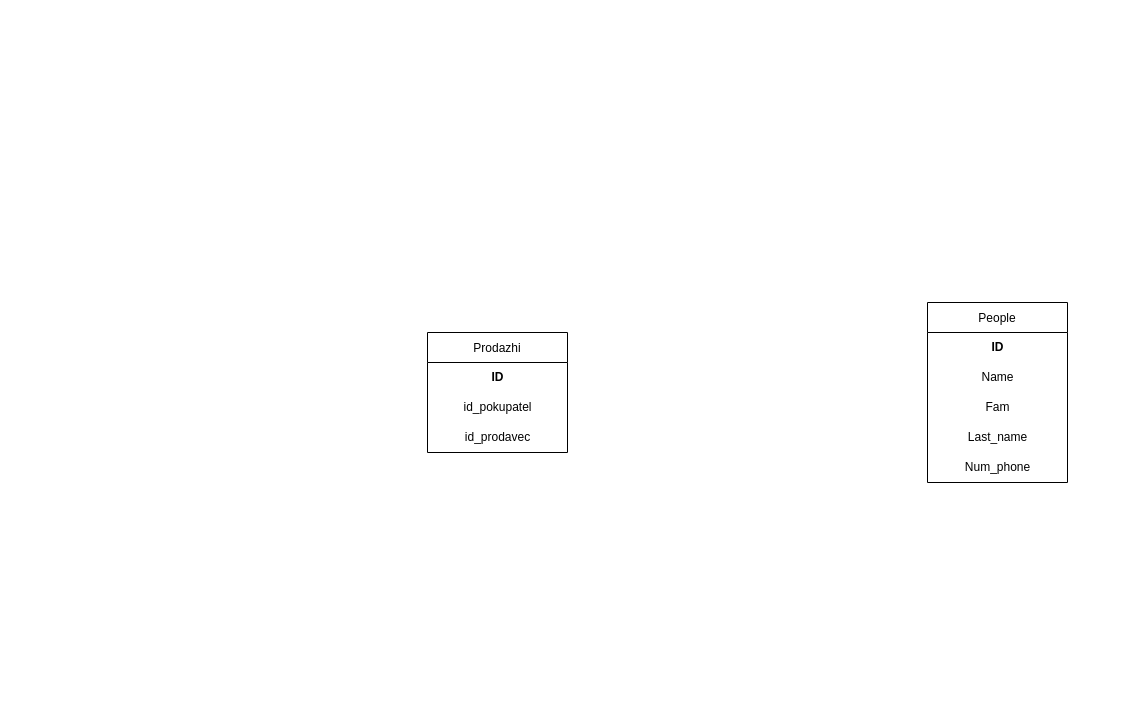
Earlier version of the draw.io diagram Диаграмма без названия.drawio (OGdanik/db_diagrams). Source tidied: cells renumbered, new cells numbered last; positions are measured from the earlier drawing's top-left corner, leaving out a move shared by most shapes. Both pictures are drawn from the tidied source at 100%, with x=0, y=0 at pixel (427, 302).
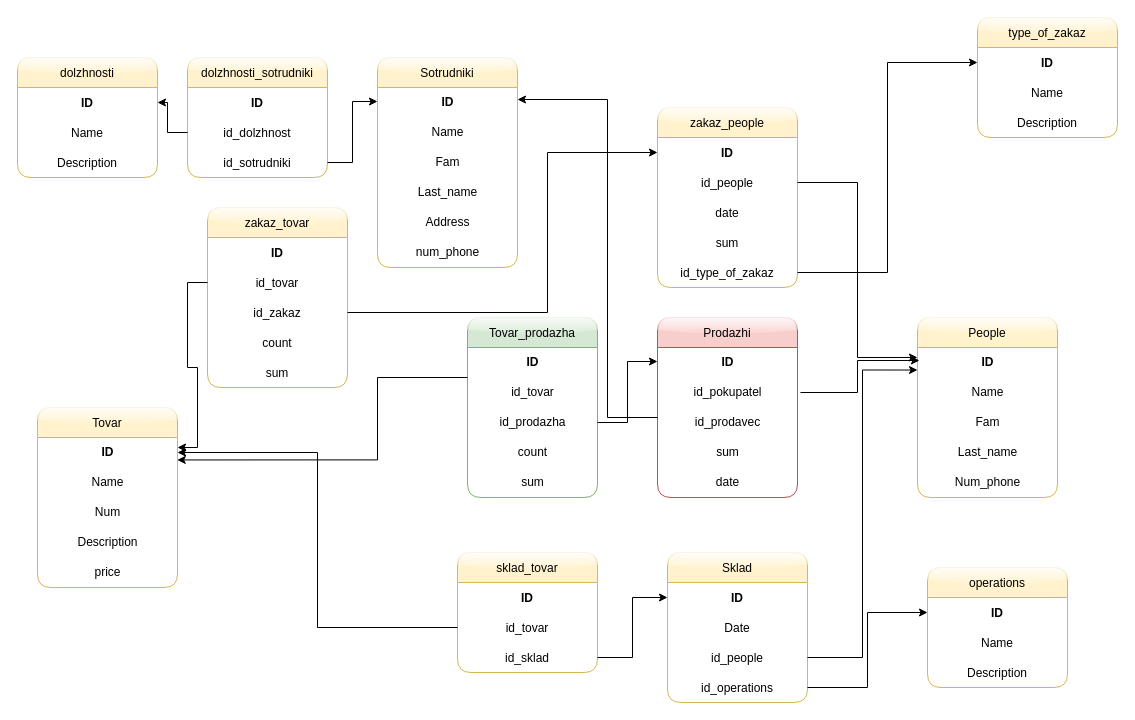
Above is the later version.

Unchanged cells that the change refers to:
```xml
<mxCell id="3" value="&lt;div align=&quot;center&quot;&gt;&lt;b&gt;ID&lt;/b&gt;&lt;/div&gt;" style="text;html=1;align=center;verticalAlign=middle;points=[];strokeColor=none;fillColor=none;" parent="2" vertex="1">
  <mxGeometry y="30" width="140" height="30" as="geometry" />
</mxCell>
<mxCell id="9" value="&lt;div align=&quot;center&quot;&gt;&lt;b&gt;ID&lt;/b&gt;&lt;/div&gt;" style="text;html=1;align=center;verticalAlign=middle;points=[];strokeColor=none;fillColor=none;" parent="8" vertex="1">
  <mxGeometry y="30" width="140" height="30" as="geometry" />
</mxCell>
<mxCell id="10" value="id_pokupatel" style="text;html=1;align=center;verticalAlign=middle;points=[];strokeColor=none;fillColor=none;" parent="8" vertex="1">
  <mxGeometry y="60" width="140" height="30" as="geometry" />
</mxCell>
<mxCell id="11" value="id_prodavec" style="text;html=1;align=center;verticalAlign=middle;points=[];strokeColor=none;fillColor=none;" parent="8" vertex="1">
  <mxGeometry y="90" width="140" height="30" as="geometry" />
</mxCell>
```

The edit, as a diff of the source:
```diff
@@
-    <mxCell id="2" value="People" style="swimlane;fontStyle=0;horizontal=1;startSize=30;" parent="1" vertex="1">
-      <mxGeometry x="500" width="140" height="180" as="geometry" />
+    <mxCell id="2" value="People" style="swimlane;fontStyle=0;horizontal=1;startSize=30;fillColor=#fff2cc;strokeColor=#d6b656;swimlaneFillColor=default;perimeterSpacing=1;rounded=1;shadow=0;sketch=0;glass=1;swimlaneLine=1;" parent="1" vertex="1">
+      <mxGeometry x="490" y="15" width="140" height="180" as="geometry" />
     </mxCell>
@@
+    <mxCell id="12" style="edgeStyle=orthogonalEdgeStyle;rounded=0;jettySize=auto;html=1;exitX=1.021;exitY=0.5;exitDx=0;exitDy=0;entryX=0.014;entryY=0.433;entryDx=0;entryDy=0;entryPerimeter=0;exitPerimeter=0;" parent="1" edge="1" source="10" target="3">
+      <mxGeometry relative="1" as="geometry" />
+    </mxCell>
-    <mxCell id="8" value="Prodazhi" style="swimlane;fontStyle=0;horizontal=1;startSize=30;" parent="1" vertex="1">
-      <mxGeometry y="30" width="140" height="120" as="geometry" />
+    <mxCell id="8" value="Prodazhi" style="swimlane;fontStyle=0;horizontal=1;startSize=30;fillColor=#f8cecc;strokeColor=#b85450;swimlaneFillColor=default;rounded=1;shadow=0;sketch=0;glass=1;" parent="1" vertex="1">
+      <mxGeometry x="230" y="15" width="140" height="180" as="geometry" />
     </mxCell>
@@
+    <mxCell id="13" value="sum" style="text;html=1;align=center;verticalAlign=middle;strokeColor=none;fillColor=none;" parent="8" vertex="1">
+      <mxGeometry y="120" width="140" height="30" as="geometry" />
+    </mxCell>
+    <mxCell id="14" value="date" style="text;html=1;align=center;verticalAlign=middle;strokeColor=none;fillColor=none;" parent="8" vertex="1">
+      <mxGeometry y="150" width="140" height="30" as="geometry" />
+    </mxCell>
+    <mxCell id="15" value="Tovar_prodazha" style="swimlane;fontStyle=0;horizontal=1;startSize=30;fillColor=#d5e8d4;strokeColor=#82b366;swimlaneFillColor=default;rounded=1;shadow=0;sketch=0;glass=1;" parent="1" vertex="1">
+      <mxGeometry x="40" y="15" width="130" height="180" as="geometry" />
+    </mxCell>
+    <mxCell id="16" value="&lt;div align=&quot;center&quot;&gt;&lt;b&gt;ID&lt;/b&gt;&lt;/div&gt;" style="text;html=1;align=center;verticalAlign=middle;strokeColor=none;fillColor=none;" parent="15" vertex="1">
+      <mxGeometry y="30" width="130" height="30" as="geometry" />
+    </mxCell>
+    <mxCell id="17" value="id_tovar" style="text;html=1;align=center;verticalAlign=middle;points=[];strokeColor=none;fillColor=none;" parent="15" vertex="1">
+      <mxGeometry y="60" width="130" height="30" as="geometry" />
+    </mxCell>
+    <mxCell id="18" value="id_prodazha" style="text;html=1;align=center;verticalAlign=middle;points=[];strokeColor=none;fillColor=none;" parent="15" vertex="1">
+      <mxGeometry y="90" width="130" height="30" as="geometry" />
+    </mxCell>
+    <mxCell id="19" value="count" style="text;html=1;align=center;verticalAlign=middle;strokeColor=none;fillColor=none;" parent="15" vertex="1">
+      <mxGeometry y="120" width="130" height="30" as="geometry" />
+    </mxCell>
+    <mxCell id="20" value="sum" style="text;html=1;align=center;verticalAlign=middle;strokeColor=none;fillColor=none;" parent="15" vertex="1">
+      <mxGeometry y="150" width="130" height="30" as="geometry" />
+    </mxCell>
+    <mxCell id="21" value="Tovar" style="swimlane;fontStyle=0;horizontal=1;startSize=30;fillColor=#fff2cc;strokeColor=#d6b656;swimlaneFillColor=default;rounded=1;shadow=0;sketch=0;glass=1;" parent="1" vertex="1">
+      <mxGeometry x="-390" y="105" width="140" height="180" as="geometry" />
+    </mxCell>
+    <mxCell id="22" value="&lt;div align=&quot;center&quot;&gt;&lt;b&gt;ID&lt;/b&gt;&lt;/div&gt;" style="text;html=1;align=center;verticalAlign=middle;points=[];strokeColor=none;fillColor=none;" parent="21" vertex="1">
+      <mxGeometry y="30" width="140" height="30" as="geometry" />
+    </mxCell>
+    <mxCell id="23" value="Name" style="text;html=1;align=center;verticalAlign=middle;strokeColor=none;fillColor=none;" parent="21" vertex="1">
+      <mxGeometry y="60" width="140" height="30" as="geometry" />
+    </mxCell>
+    <mxCell id="24" value="Num" style="text;html=1;align=center;verticalAlign=middle;strokeColor=none;fillColor=none;" parent="21" vertex="1">
+      <mxGeometry y="90" width="140" height="30" as="geometry" />
+    </mxCell>
+    <mxCell id="25" value="Description" style="text;html=1;align=center;verticalAlign=middle;strokeColor=none;fillColor=none;" parent="21" vertex="1">
+      <mxGeometry y="120" width="140" height="30" as="geometry" />
+    </mxCell>
+    <mxCell id="26" value="price" style="text;html=1;align=center;verticalAlign=middle;strokeColor=none;fillColor=none;" parent="21" vertex="1">
+      <mxGeometry y="150" width="140" height="30" as="geometry" />
+    </mxCell>
+    <mxCell id="27" style="edgeStyle=orthogonalEdgeStyle;rounded=0;jettySize=auto;html=1;entryX=0;entryY=0.467;entryDx=0;entryDy=0;entryPerimeter=0;" parent="1" edge="1" source="18" target="9">
+      <mxGeometry relative="1" as="geometry" />
+    </mxCell>
+    <mxCell id="28" value="Sotrudniki" style="swimlane;fontStyle=0;horizontal=1;startSize=30;fillColor=#fff2cc;strokeColor=#d6b656;gradientColor=none;swimlaneFillColor=default;rounded=1;shadow=0;sketch=0;glass=1;" parent="1" vertex="1">
+      <mxGeometry x="-50" y="-245" width="140" height="210" as="geometry" />
+    </mxCell>
+    <mxCell id="29" value="&lt;div align=&quot;center&quot;&gt;&lt;b&gt;ID&lt;/b&gt;&lt;/div&gt;" style="text;html=1;align=center;verticalAlign=middle;points=[];strokeColor=none;fillColor=none;" parent="28" vertex="1">
+      <mxGeometry y="30" width="140" height="30" as="geometry" />
+    </mxCell>
+    <mxCell id="30" value="Name" style="text;html=1;align=center;verticalAlign=middle;strokeColor=none;fillColor=none;" parent="28" vertex="1">
+      <mxGeometry y="60" width="140" height="30" as="geometry" />
+    </mxCell>
+    <mxCell id="31" value="Fam" style="text;html=1;align=center;verticalAlign=middle;strokeColor=none;fillColor=none;" parent="28" vertex="1">
+      <mxGeometry y="90" width="140" height="30" as="geometry" />
+    </mxCell>
+    <mxCell id="32" value="Last_name" style="text;html=1;align=center;verticalAlign=middle;strokeColor=none;fillColor=none;" parent="28" vertex="1">
+      <mxGeometry y="120" width="140" height="30" as="geometry" />
+    </mxCell>
+    <mxCell id="33" value="Address" style="text;html=1;align=center;verticalAlign=middle;strokeColor=none;fillColor=none;" parent="28" vertex="1">
+      <mxGeometry y="150" width="140" height="30" as="geometry" />
+    </mxCell>
+    <mxCell id="34" value="num_phone" style="text;html=1;align=center;verticalAlign=middle;strokeColor=none;fillColor=none;" parent="28" vertex="1">
+      <mxGeometry y="180" width="140" height="30" as="geometry" />
+    </mxCell>
+    <mxCell id="35" style="edgeStyle=orthogonalEdgeStyle;rounded=0;jettySize=auto;html=1;entryX=1;entryY=0.4;entryDx=0;entryDy=0;entryPerimeter=0;" parent="1" edge="1" source="11" target="29">
+      <mxGeometry relative="1" as="geometry">
+        <Array as="points">
+          <mxPoint x="180" y="115" />
+          <mxPoint x="180" y="-203" />
+        </Array>
+      </mxGeometry>
+    </mxCell>
+    <mxCell id="36" value="dolzhnosti" style="swimlane;fontStyle=0;horizontal=1;startSize=30;rounded=1;shadow=0;glass=1;sketch=0;gradientColor=none;fillColor=#fff2cc;strokeColor=#d6b656;swimlaneFillColor=default;" parent="1" vertex="1">
+      <mxGeometry x="-410" y="-245" width="140" height="120" as="geometry" />
+    </mxCell>
+    <mxCell id="37" value="ID" style="text;strokeColor=none;fillColor=none;align=center;verticalAlign=middle;spacingLeft=4;spacingRight=4;overflow=hidden;points=[[0,0.5],[1,0.5]];portConstraint=eastwest;rounded=1;shadow=0;glass=1;sketch=0;fontStyle=1;" parent="36" vertex="1">
+      <mxGeometry y="30" width="140" height="30" as="geometry" />
+    </mxCell>
+    <mxCell id="38" value="Name" style="text;strokeColor=none;fillColor=none;align=center;verticalAlign=middle;spacingLeft=4;spacingRight=4;overflow=hidden;rounded=1;shadow=0;glass=1;sketch=0;fontStyle=0;" parent="36" vertex="1">
+      <mxGeometry y="60" width="140" height="30" as="geometry" />
+    </mxCell>
+    <mxCell id="39" value="Description" style="text;strokeColor=none;fillColor=none;align=center;verticalAlign=middle;spacingLeft=4;spacingRight=4;overflow=hidden;rounded=1;shadow=0;glass=1;sketch=0;fontStyle=0;" parent="36" vertex="1">
+      <mxGeometry y="90" width="140" height="30" as="geometry" />
+    </mxCell>
+    <mxCell id="40" value="dolzhnosti_sotrudniki" style="swimlane;fontStyle=0;horizontal=1;startSize=30;rounded=1;shadow=0;glass=1;sketch=0;gradientColor=none;fillColor=#fff2cc;strokeColor=#d6b656;swimlaneFillColor=default;" parent="1" vertex="1">
+      <mxGeometry x="-240" y="-245" width="140" height="120" as="geometry" />
+    </mxCell>
+    <mxCell id="41" value="ID" style="text;strokeColor=none;fillColor=none;align=center;verticalAlign=middle;spacingLeft=4;spacingRight=4;overflow=hidden;rounded=1;shadow=0;glass=1;sketch=0;fontStyle=1;" parent="40" vertex="1">
+      <mxGeometry y="30" width="140" height="30" as="geometry" />
+    </mxCell>
+    <mxCell id="42" value="id_dolzhnost" style="text;strokeColor=none;fillColor=none;align=center;verticalAlign=middle;spacingLeft=4;spacingRight=4;overflow=hidden;points=[[0,0.5],[1,0.5]];portConstraint=eastwest;rounded=1;shadow=0;glass=1;sketch=0;fontStyle=0;" parent="40" vertex="1">
+      <mxGeometry y="60" width="140" height="30" as="geometry" />
+    </mxCell>
+    <mxCell id="43" value="id_sotrudniki" style="text;strokeColor=none;fillColor=none;align=center;verticalAlign=middle;spacingLeft=4;spacingRight=4;overflow=hidden;points=[[0,0.5],[1,0.5]];portConstraint=eastwest;rounded=1;shadow=0;glass=1;sketch=0;fontStyle=0;" parent="40" vertex="1">
+      <mxGeometry y="90" width="140" height="30" as="geometry" />
+    </mxCell>
+    <mxCell id="44" style="edgeStyle=orthogonalEdgeStyle;rounded=0;jettySize=auto;html=1;exitX=0;exitY=0.5;exitDx=0;exitDy=0;entryX=1;entryY=0.5;entryDx=0;entryDy=0;" parent="1" edge="1" source="42" target="37">
+      <mxGeometry relative="1" as="geometry" />
+    </mxCell>
+    <mxCell id="45" style="edgeStyle=orthogonalEdgeStyle;rounded=0;jettySize=auto;html=1;exitX=1;exitY=0.5;exitDx=0;exitDy=0;entryX=0;entryY=0.467;entryDx=0;entryDy=0;entryPerimeter=0;" parent="1" edge="1" source="43" target="29">
+      <mxGeometry relative="1" as="geometry" />
+    </mxCell>
+    <mxCell id="46" value="Sklad" style="swimlane;fontStyle=0;horizontal=1;startSize=30;rounded=1;shadow=0;glass=1;sketch=0;gradientColor=none;fillColor=#fff2cc;strokeColor=#d6b656;swimlaneFillColor=default;" parent="1" vertex="1">
+      <mxGeometry x="240" y="250" width="140" height="150" as="geometry" />
+    </mxCell>
+    <mxCell id="47" value="ID" style="text;strokeColor=none;fillColor=none;align=center;verticalAlign=middle;spacingLeft=4;spacingRight=4;overflow=hidden;points=[[0,0.5],[1,0.5]];portConstraint=eastwest;rounded=1;shadow=0;glass=1;sketch=0;fontStyle=1;" parent="46" vertex="1">
+      <mxGeometry y="30" width="140" height="30" as="geometry" />
+    </mxCell>
+    <mxCell id="48" value="Date" style="text;strokeColor=none;fillColor=none;align=center;verticalAlign=middle;spacingLeft=4;spacingRight=4;overflow=hidden;rounded=1;shadow=0;glass=1;sketch=0;fontStyle=0;" parent="46" vertex="1">
+      <mxGeometry y="60" width="140" height="30" as="geometry" />
+    </mxCell>
+    <mxCell id="49" value="id_people" style="text;strokeColor=none;fillColor=none;align=center;verticalAlign=middle;spacingLeft=4;spacingRight=4;overflow=hidden;points=[[0,0.5],[1,0.5]];portConstraint=eastwest;rounded=1;shadow=0;glass=1;sketch=0;fontStyle=0;" parent="46" vertex="1">
+      <mxGeometry y="90" width="140" height="30" as="geometry" />
+    </mxCell>
+    <mxCell id="50" value="id_operations" style="text;strokeColor=none;fillColor=none;align=center;verticalAlign=middle;spacingLeft=4;spacingRight=4;overflow=hidden;points=[[0,0.5],[1,0.5]];portConstraint=eastwest;rounded=1;shadow=0;glass=1;sketch=0;fontStyle=0;" parent="46" vertex="1">
+      <mxGeometry y="120" width="140" height="30" as="geometry" />
+    </mxCell>
+    <mxCell id="51" value="operations" style="swimlane;fontStyle=0;horizontal=1;startSize=30;rounded=1;shadow=0;glass=1;sketch=0;gradientColor=none;fillColor=#fff2cc;strokeColor=#d6b656;swimlaneFillColor=default;" parent="1" vertex="1">
+      <mxGeometry x="500" y="265" width="140" height="120" as="geometry" />
+    </mxCell>
+    <mxCell id="52" value="ID" style="text;strokeColor=none;fillColor=none;align=center;verticalAlign=middle;spacingLeft=4;spacingRight=4;overflow=hidden;points=[[0,0.5],[1,0.5]];portConstraint=eastwest;rounded=1;shadow=0;glass=1;sketch=0;fontStyle=1;" parent="51" vertex="1">
+      <mxGeometry y="30" width="140" height="30" as="geometry" />
+    </mxCell>
+    <mxCell id="53" value="Name" style="text;strokeColor=none;fillColor=none;align=center;verticalAlign=middle;spacingLeft=4;spacingRight=4;overflow=hidden;rounded=1;shadow=0;glass=1;sketch=0;fontStyle=0;" parent="51" vertex="1">
+      <mxGeometry y="60" width="140" height="30" as="geometry" />
+    </mxCell>
+    <mxCell id="54" value="Description" style="text;strokeColor=none;fillColor=none;align=center;verticalAlign=middle;spacingLeft=4;spacingRight=4;overflow=hidden;rounded=1;shadow=0;glass=1;sketch=0;fontStyle=0;" parent="51" vertex="1">
+      <mxGeometry y="90" width="140" height="30" as="geometry" />
+    </mxCell>
+    <mxCell id="55" style="edgeStyle=orthogonalEdgeStyle;rounded=0;jettySize=auto;html=1;exitX=1;exitY=0.5;exitDx=0;exitDy=0;entryX=0;entryY=0.5;entryDx=0;entryDy=0;" parent="1" edge="1" source="50" target="52">
+      <mxGeometry relative="1" as="geometry" />
+    </mxCell>
+    <mxCell id="56" style="edgeStyle=orthogonalEdgeStyle;rounded=0;jettySize=auto;html=1;exitX=1;exitY=0.5;exitDx=0;exitDy=0;entryX=0;entryY=0.751;entryDx=0;entryDy=0;entryPerimeter=0;" parent="1" edge="1" source="49" target="3">
+      <mxGeometry relative="1" as="geometry" />
+    </mxCell>
+    <mxCell id="57" value="sklad_tovar" style="swimlane;fontStyle=0;horizontal=1;startSize=30;rounded=1;shadow=0;glass=1;sketch=0;gradientColor=none;fillColor=#fff2cc;strokeColor=#d6b656;swimlaneFillColor=default;" parent="1" vertex="1">
+      <mxGeometry x="30" y="250" width="140" height="120" as="geometry" />
+    </mxCell>
+    <mxCell id="58" value="ID" style="text;strokeColor=none;fillColor=none;align=center;verticalAlign=middle;spacingLeft=4;spacingRight=4;overflow=hidden;rounded=1;shadow=0;glass=1;sketch=0;fontStyle=1;" parent="57" vertex="1">
+      <mxGeometry y="30" width="140" height="30" as="geometry" />
+    </mxCell>
+    <mxCell id="59" value="id_tovar" style="text;strokeColor=none;fillColor=none;align=center;verticalAlign=middle;spacingLeft=4;spacingRight=4;overflow=hidden;points=[[0,0.5],[1,0.5]];portConstraint=eastwest;rounded=1;shadow=0;glass=1;sketch=0;fontStyle=0;" parent="57" vertex="1">
+      <mxGeometry y="60" width="140" height="30" as="geometry" />
+    </mxCell>
+    <mxCell id="60" value="id_sklad" style="text;strokeColor=none;fillColor=none;align=center;verticalAlign=middle;spacingLeft=4;spacingRight=4;overflow=hidden;points=[[0,0.5],[1,0.5]];portConstraint=eastwest;rounded=1;shadow=0;glass=1;sketch=0;fontStyle=0;" parent="57" vertex="1">
+      <mxGeometry y="90" width="140" height="30" as="geometry" />
+    </mxCell>
+    <mxCell id="61" style="edgeStyle=orthogonalEdgeStyle;rounded=0;jettySize=auto;html=1;exitX=1;exitY=0.5;exitDx=0;exitDy=0;entryX=0;entryY=0.5;entryDx=0;entryDy=0;" parent="1" edge="1" source="60" target="47">
+      <mxGeometry relative="1" as="geometry" />
+    </mxCell>
+    <mxCell id="62" style="edgeStyle=orthogonalEdgeStyle;rounded=0;jettySize=auto;html=1;entryX=0.998;entryY=0.748;entryDx=0;entryDy=0;entryPerimeter=0;" parent="1" edge="1" source="17" target="22">
+      <mxGeometry relative="1" as="geometry">
+        <Array as="points">
+          <mxPoint x="-50" y="75" />
+          <mxPoint x="-50" y="157" />
+        </Array>
+      </mxGeometry>
+    </mxCell>
+    <mxCell id="63" style="edgeStyle=orthogonalEdgeStyle;rounded=0;jettySize=auto;html=1;entryX=1;entryY=0.5;entryDx=0;entryDy=0;entryPerimeter=0;" parent="1" edge="1" source="59" target="22">
+      <mxGeometry relative="1" as="geometry" />
+    </mxCell>
+    <mxCell id="64" value="zakaz_people" style="swimlane;fontStyle=0;horizontal=1;startSize=30;rounded=1;shadow=0;glass=1;sketch=0;gradientColor=none;fillColor=#fff2cc;strokeColor=#d6b656;swimlaneFillColor=default;" parent="1" vertex="1">
+      <mxGeometry x="230" y="-195" width="140" height="180" as="geometry" />
+    </mxCell>
+    <mxCell id="65" value="ID" style="text;strokeColor=none;fillColor=none;align=center;verticalAlign=middle;spacingLeft=4;spacingRight=4;overflow=hidden;points=[[0,0.5],[1,0.5]];portConstraint=eastwest;rounded=1;shadow=0;glass=1;sketch=0;fontStyle=1;" parent="64" vertex="1">
+      <mxGeometry y="30" width="140" height="30" as="geometry" />
+    </mxCell>
+    <mxCell id="66" value="id_people" style="text;strokeColor=none;fillColor=none;align=center;verticalAlign=middle;spacingLeft=4;spacingRight=4;overflow=hidden;points=[[0,0.5],[1,0.5]];portConstraint=eastwest;rounded=1;shadow=0;glass=1;sketch=0;fontStyle=0;" parent="64" vertex="1">
+      <mxGeometry y="60" width="140" height="30" as="geometry" />
+    </mxCell>
+    <mxCell id="67" value="date" style="text;strokeColor=none;fillColor=none;align=center;verticalAlign=middle;spacingLeft=4;spacingRight=4;overflow=hidden;rounded=1;shadow=0;glass=1;sketch=0;fontStyle=0;" parent="64" vertex="1">
+      <mxGeometry y="90" width="140" height="30" as="geometry" />
+    </mxCell>
+    <mxCell id="68" value="sum" style="text;strokeColor=none;fillColor=none;align=center;verticalAlign=middle;spacingLeft=4;spacingRight=4;overflow=hidden;rounded=1;shadow=0;glass=1;sketch=0;fontStyle=0;" parent="64" vertex="1">
+      <mxGeometry y="120" width="140" height="30" as="geometry" />
+    </mxCell>
+    <mxCell id="69" value="id_type_of_zakaz" style="text;strokeColor=none;fillColor=none;align=center;verticalAlign=middle;spacingLeft=4;spacingRight=4;overflow=hidden;points=[[0,0.5],[1,0.5]];portConstraint=eastwest;rounded=1;shadow=0;glass=1;sketch=0;fontStyle=0;" parent="64" vertex="1">
+      <mxGeometry y="150" width="140" height="30" as="geometry" />
+    </mxCell>
+    <mxCell id="70" value="zakaz_tovar" style="swimlane;fontStyle=0;horizontal=1;startSize=30;rounded=1;shadow=0;glass=1;sketch=0;gradientColor=none;fillColor=#fff2cc;strokeColor=#d6b656;swimlaneFillColor=default;" parent="1" vertex="1">
+      <mxGeometry x="-220" y="-95" width="140" height="180" as="geometry" />
+    </mxCell>
+    <mxCell id="71" value="ID" style="text;strokeColor=none;fillColor=none;align=center;verticalAlign=middle;spacingLeft=4;spacingRight=4;overflow=hidden;rounded=1;shadow=0;glass=1;sketch=0;fontStyle=1;" parent="70" vertex="1">
+      <mxGeometry y="30" width="140" height="30" as="geometry" />
+    </mxCell>
+    <mxCell id="72" value="id_tovar" style="text;strokeColor=none;fillColor=none;align=center;verticalAlign=middle;spacingLeft=4;spacingRight=4;overflow=hidden;points=[[0,0.5],[1,0.5]];portConstraint=eastwest;rounded=1;shadow=0;glass=1;sketch=0;fontStyle=0;" parent="70" vertex="1">
+      <mxGeometry y="60" width="140" height="30" as="geometry" />
+    </mxCell>
+    <mxCell id="73" value="id_zakaz" style="text;strokeColor=none;fillColor=none;align=center;verticalAlign=middle;spacingLeft=4;spacingRight=4;overflow=hidden;points=[[0,0.5],[1,0.5]];portConstraint=eastwest;rounded=1;shadow=0;glass=1;sketch=0;fontStyle=0;" parent="70" vertex="1">
+      <mxGeometry y="90" width="140" height="30" as="geometry" />
+    </mxCell>
+    <mxCell id="74" value="count" style="text;strokeColor=none;fillColor=none;align=center;verticalAlign=middle;spacingLeft=4;spacingRight=4;overflow=hidden;rounded=1;shadow=0;glass=1;sketch=0;fontStyle=0;" parent="70" vertex="1">
+      <mxGeometry y="120" width="140" height="30" as="geometry" />
+    </mxCell>
+    <mxCell id="75" value="sum" style="text;strokeColor=none;fillColor=none;align=center;verticalAlign=middle;spacingLeft=4;spacingRight=4;overflow=hidden;rounded=1;shadow=0;glass=1;sketch=0;fontStyle=0;" parent="70" vertex="1">
+      <mxGeometry y="150" width="140" height="30" as="geometry" />
+    </mxCell>
+    <mxCell id="76" style="edgeStyle=orthogonalEdgeStyle;rounded=0;jettySize=auto;html=1;exitX=0;exitY=0.5;exitDx=0;exitDy=0;entryX=1;entryY=0.333;entryDx=0;entryDy=0;entryPerimeter=0;" parent="1" edge="1" source="72" target="22">
+      <mxGeometry relative="1" as="geometry" />
+    </mxCell>
+    <mxCell id="77" style="edgeStyle=orthogonalEdgeStyle;rounded=0;jettySize=auto;html=1;exitX=1;exitY=0.5;exitDx=0;exitDy=0;entryX=0;entryY=0.5;entryDx=0;entryDy=0;" parent="1" edge="1" source="73" target="65">
+      <mxGeometry relative="1" as="geometry">
+        <Array as="points">
+          <mxPoint x="120" y="10" />
+          <mxPoint x="120" y="-150" />
+        </Array>
+      </mxGeometry>
+    </mxCell>
+    <mxCell id="78" value="type_of_zakaz" style="swimlane;fontStyle=0;horizontal=1;startSize=30;rounded=1;shadow=0;glass=1;sketch=0;gradientColor=none;fillColor=#fff2cc;strokeColor=#d6b656;swimlaneFillColor=default;" parent="1" vertex="1">
+      <mxGeometry x="550" y="-285" width="140" height="120" as="geometry" />
+    </mxCell>
+    <mxCell id="79" value="ID" style="text;strokeColor=none;fillColor=none;align=center;verticalAlign=middle;spacingLeft=4;spacingRight=4;overflow=hidden;points=[[0,0.5],[1,0.5]];portConstraint=eastwest;rounded=1;shadow=0;glass=1;sketch=0;fontStyle=1;" parent="78" vertex="1">
+      <mxGeometry y="30" width="140" height="30" as="geometry" />
+    </mxCell>
+    <mxCell id="80" value="Name" style="text;strokeColor=none;fillColor=none;align=center;verticalAlign=middle;spacingLeft=4;spacingRight=4;overflow=hidden;rounded=1;shadow=0;glass=1;sketch=0;fontStyle=0;" parent="78" vertex="1">
+      <mxGeometry y="60" width="140" height="30" as="geometry" />
+    </mxCell>
+    <mxCell id="81" value="Description" style="text;strokeColor=none;fillColor=none;align=center;verticalAlign=middle;spacingLeft=4;spacingRight=4;overflow=hidden;rounded=1;shadow=0;glass=1;sketch=0;fontStyle=0;" parent="78" vertex="1">
+      <mxGeometry y="90" width="140" height="30" as="geometry" />
+    </mxCell>
+    <mxCell id="82" style="edgeStyle=orthogonalEdgeStyle;rounded=0;jettySize=auto;html=1;exitX=1;exitY=0.5;exitDx=0;exitDy=0;entryX=0;entryY=0.5;entryDx=0;entryDy=0;" parent="1" edge="1" source="69" target="79">
+      <mxGeometry relative="1" as="geometry" />
+    </mxCell>
+    <mxCell id="83" style="edgeStyle=orthogonalEdgeStyle;rounded=0;jettySize=auto;html=1;exitX=1;exitY=0.5;exitDx=0;exitDy=0;entryX=0;entryY=0.333;entryDx=0;entryDy=0;entryPerimeter=0;" parent="1" edge="1" source="66" target="3">
+      <mxGeometry relative="1" as="geometry" />
+    </mxCell>
```
